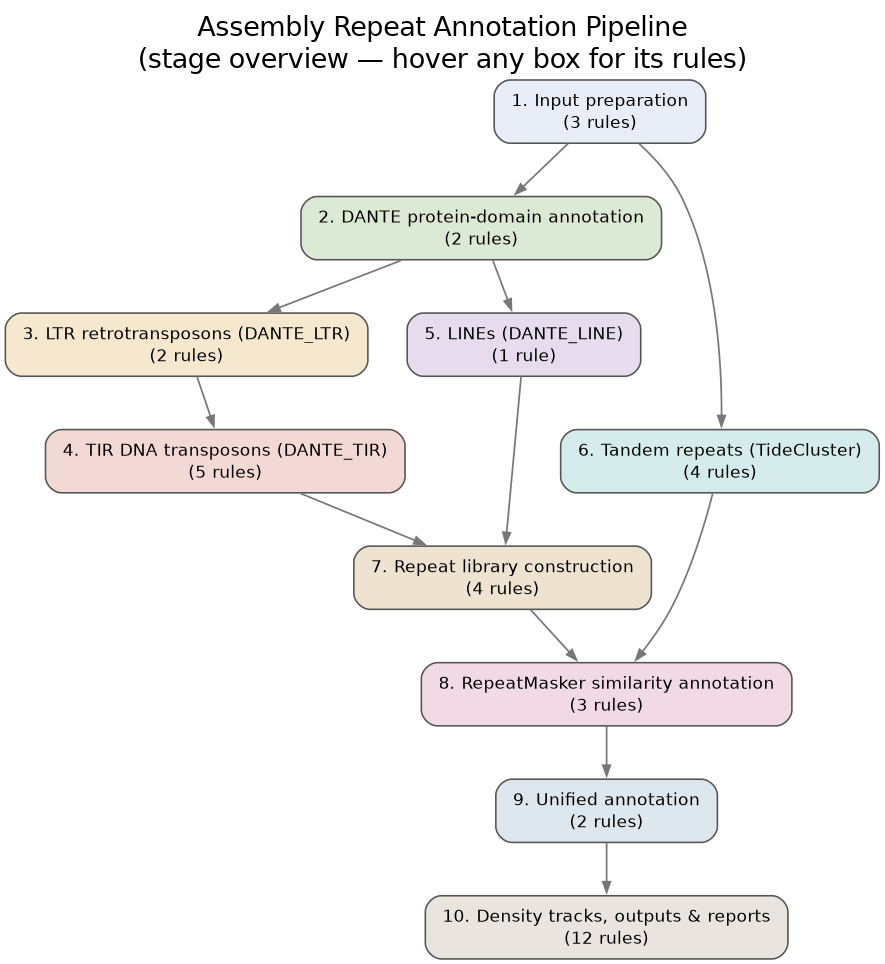
The Graphviz diagram figs/workflow_overview.png in kavonrtep/CARP, before a commit. Its source is kept beside it as figs/workflow_overview.dot.
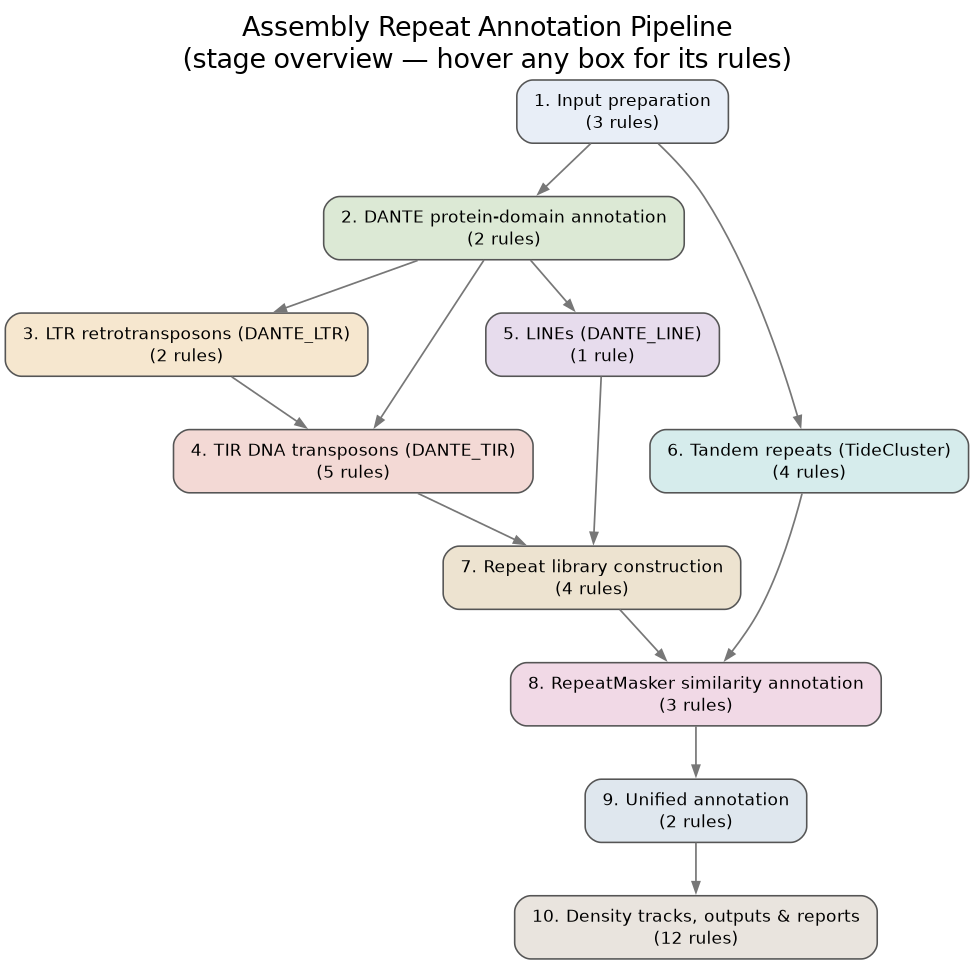
After the commit.

Commit message:
Pin DANTE fan-out in workflow diagram

The edit, as a diff of the source:
```diff
@@ -15,6 +15,7 @@
   "Input preparation" -> "DANTE protein-domain annotation";
   "Input preparation" -> "Tandem repeats (TideCluster)";
   "DANTE protein-domain annotation" -> "LTR retrotransposons (DANTE_LTR)";
+  "DANTE protein-domain annotation" -> "TIR DNA transposons (DANTE_TIR)";
   "DANTE protein-domain annotation" -> "LINEs (DANTE_LINE)";
   "LTR retrotransposons (DANTE_LTR)" -> "TIR DNA transposons (DANTE_TIR)";
   "TIR DNA transposons (DANTE_TIR)" -> "Repeat library construction";
```
